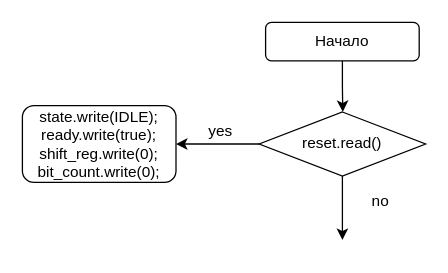
The draw.io diagram Диаграмма без названия.drawio in IghorTatar/preparing-of-USE, before the edit. Source tidied: cells renumbered, new cells numbered last; positions are measured from the earlier drawing's top-left corner, leaving out a move shared by most shapes. Both pictures are drawn from the tidied source at 128%, with x=0, y=0 at pixel (22, 22).
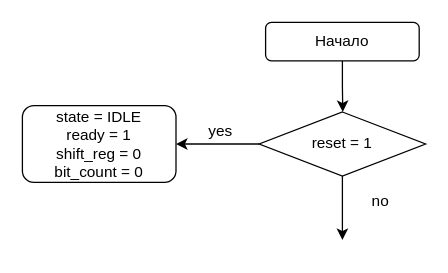
Above is the later version.

What changed in the source:
```diff
@@
 <mxGraphModel>
   <root>
     <mxCell id="0" />
     <mxCell id="1" parent="0" />
     <mxCell id="2" style="edgeStyle=orthogonalEdgeStyle;rounded=0;jettySize=auto;html=1;exitX=0.5;exitY=1;exitDx=0;exitDy=0;" parent="1" edge="1" source="3">
       <mxGeometry relative="1" as="geometry">
         <mxPoint x="250.3" y="70" as="targetPoint" />
       </mxGeometry>
     </mxCell>
     <mxCell id="3" value="Начало" style="rounded=1;whiteSpace=wrap;html=1;" parent="1" vertex="1">
       <mxGeometry x="190" width="120" height="30" as="geometry" />
     </mxCell>
     <mxCell id="4" style="edgeStyle=orthogonalEdgeStyle;rounded=0;jettySize=auto;html=1;" parent="1" edge="1" source="6">
       <mxGeometry relative="1" as="geometry">
         <mxPoint x="120" y="95" as="targetPoint" />
       </mxGeometry>
     </mxCell>
     <mxCell id="5" style="edgeStyle=orthogonalEdgeStyle;rounded=0;jettySize=auto;html=1;" parent="1" edge="1" source="6">
       <mxGeometry relative="1" as="geometry">
         <mxPoint x="250" y="170" as="targetPoint" />
       </mxGeometry>
     </mxCell>
-    <mxCell id="6" value="reset.read()" style="rhombus;whiteSpace=wrap;html=1;" parent="1" vertex="1">
+    <mxCell id="6" value="reset = 1" style="rhombus;whiteSpace=wrap;html=1;" parent="1" vertex="1">
       <mxGeometry x="185" y="70" width="130" height="50" as="geometry" />
     </mxCell>
-    <mxCell id="7" value="&lt;div&gt;state.write(IDLE);&lt;/div&gt;&lt;div&gt;ready.write(true);&lt;/div&gt;&lt;div&gt;shift_reg.write(0);&lt;/div&gt;&lt;div&gt;bit_count.write(0);&lt;/div&gt;" style="rounded=1;whiteSpace=wrap;html=1;" parent="1" vertex="1">
+    <mxCell id="7" value="&lt;div&gt;state = IDLE&lt;/div&gt;&lt;div&gt;ready = 1&lt;/div&gt;&lt;div&gt;shift_reg = 0&lt;/div&gt;&lt;div&gt;bit_count = 0&lt;/div&gt;" style="rounded=1;whiteSpace=wrap;html=1;" parent="1" vertex="1">
       <mxGeometry y="65" width="120" height="60" as="geometry" />
     </mxCell>
     <mxCell id="8" value="yes" style="text;html=1;align=center;verticalAlign=middle;whiteSpace=wrap;rounded=0;" parent="1" vertex="1">
       <mxGeometry x="125" y="70" width="60" height="30" as="geometry" />
     </mxCell>
     <mxCell id="9" value="no" style="text;html=1;align=center;verticalAlign=middle;whiteSpace=wrap;rounded=0;" parent="1" vertex="1">
       <mxGeometry x="250" y="125" width="60" height="30" as="geometry" />
     </mxCell>
   </root>
 </mxGraphModel>
```
